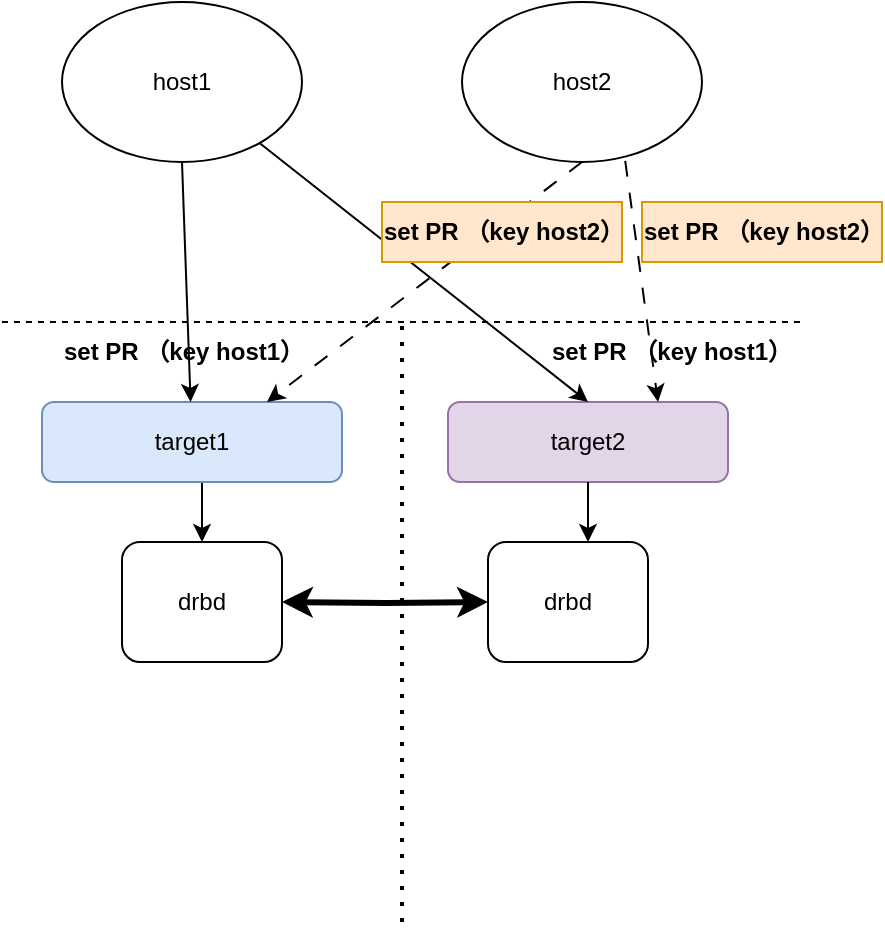
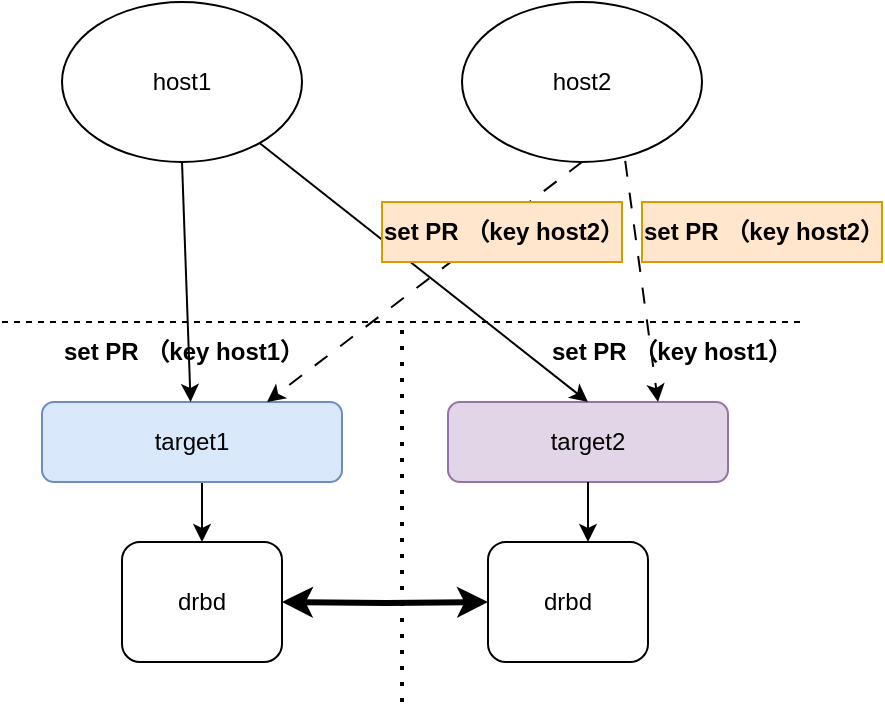
<mxfile host="app.diagrams.net">
  <diagram name="第 1 页" id="Ifx6KEgPPU0D2kjR70l6">
    <mxGraphModel dx="1021" dy="637" grid="1" gridSize="10" guides="0" tooltips="1" connect="1" arrows="1" fold="1" page="1" pageScale="1" pageWidth="827" pageHeight="1169" math="0" shadow="0">
      <root>
        <mxCell id="0" />
        <mxCell id="1" parent="0" />
        <mxCell id="BN7UGvUSFtl_CjC36wmj-23" edge="1" parent="1" source="BN7UGvUSFtl_CjC36wmj-1" style="edgeStyle=orthogonalEdgeStyle;rounded=0;orthogonalLoop=1;jettySize=auto;html=1;exitX=0.5;exitY=1;exitDx=0;exitDy=0;entryX=0.5;entryY=0;entryDx=0;entryDy=0;" target="BN7UGvUSFtl_CjC36wmj-17">
          <mxGeometry relative="1" as="geometry" />
        </mxCell>
        <mxCell id="BN7UGvUSFtl_CjC36wmj-1" parent="1" style="rounded=1;whiteSpace=wrap;html=1;fillColor=#dae8fc;strokeColor=#6c8ebf;" value="target1" vertex="1">
          <mxGeometry height="40" width="150" x="200" y="240" as="geometry" />
        </mxCell>
        <mxCell id="BN7UGvUSFtl_CjC36wmj-2" parent="1" style="rounded=1;whiteSpace=wrap;html=1;fillColor=#e1d5e7;strokeColor=#9673a6;" value="target2" vertex="1">
          <mxGeometry height="40" width="140" x="403" y="240" as="geometry" />
        </mxCell>
        <mxCell id="BN7UGvUSFtl_CjC36wmj-3" edge="1" parent="1" style="endArrow=none;dashed=1;html=1;rounded=0;" value="">
          <mxGeometry height="50" relative="1" width="50" as="geometry">
            <mxPoint x="180" y="200" as="sourcePoint" />
            <mxPoint x="580" y="200" as="targetPoint" />
          </mxGeometry>
        </mxCell>
        <mxCell id="BN7UGvUSFtl_CjC36wmj-4" parent="1" style="ellipse;whiteSpace=wrap;html=1;" value="host1" vertex="1">
          <mxGeometry height="80" width="120" x="210" y="40" as="geometry" />
        </mxCell>
        <mxCell id="BN7UGvUSFtl_CjC36wmj-5" parent="1" style="ellipse;whiteSpace=wrap;html=1;" value="host2" vertex="1">
          <mxGeometry height="80" width="120" x="410" y="40" as="geometry" />
        </mxCell>
        <mxCell id="BN7UGvUSFtl_CjC36wmj-7" edge="1" parent="1" source="BN7UGvUSFtl_CjC36wmj-4" style="endArrow=classic;html=1;rounded=0;exitX=0.5;exitY=1;exitDx=0;exitDy=0;" target="BN7UGvUSFtl_CjC36wmj-1" value="">
          <mxGeometry height="50" relative="1" width="50" as="geometry">
            <mxPoint x="390" y="360" as="sourcePoint" />
            <mxPoint x="440" y="310" as="targetPoint" />
          </mxGeometry>
        </mxCell>
        <mxCell id="BN7UGvUSFtl_CjC36wmj-8" edge="1" parent="1" source="BN7UGvUSFtl_CjC36wmj-4" style="endArrow=classic;html=1;rounded=0;entryX=0.5;entryY=0;entryDx=0;entryDy=0;" target="BN7UGvUSFtl_CjC36wmj-2" value="">
          <mxGeometry height="50" relative="1" width="50" as="geometry">
            <mxPoint x="390" y="360" as="sourcePoint" />
            <mxPoint x="440" y="310" as="targetPoint" />
          </mxGeometry>
        </mxCell>
        <mxCell id="BN7UGvUSFtl_CjC36wmj-12" edge="1" parent="1" style="edgeStyle=orthogonalEdgeStyle;rounded=0;orthogonalLoop=1;jettySize=auto;html=1;exitX=1;exitY=0.5;exitDx=0;exitDy=0;entryX=0;entryY=0.5;entryDx=0;entryDy=0;startArrow=classic;startFill=1;curved=0;strokeWidth=3;" target="BN7UGvUSFtl_CjC36wmj-20">
          <mxGeometry relative="1" as="geometry">
            <mxPoint x="320" y="340" as="sourcePoint" />
            <mxPoint x="410" y="340" as="targetPoint" />
          </mxGeometry>
        </mxCell>
        <mxCell id="BN7UGvUSFtl_CjC36wmj-14" parent="1" style="text;html=1;whiteSpace=wrap;strokeColor=none;fillColor=none;align=center;verticalAlign=middle;rounded=0;" value="&lt;b&gt;set PR （key host1）&lt;/b&gt;" vertex="1">
          <mxGeometry height="30" width="120" x="210" y="200" as="geometry" />
        </mxCell>
        <mxCell id="BN7UGvUSFtl_CjC36wmj-16" parent="1" style="text;html=1;whiteSpace=wrap;strokeColor=none;fillColor=none;align=center;verticalAlign=middle;rounded=0;" value="&lt;b&gt;set PR （key host1）&lt;/b&gt;" vertex="1">
          <mxGeometry height="30" width="130" x="450" y="200" as="geometry" />
        </mxCell>
        <mxCell id="BN7UGvUSFtl_CjC36wmj-17" parent="1" style="rounded=1;whiteSpace=wrap;html=1;" value="drbd" vertex="1">
          <mxGeometry height="60" width="80" x="240" y="310" as="geometry" />
        </mxCell>
        <mxCell id="BN7UGvUSFtl_CjC36wmj-20" parent="1" style="rounded=1;whiteSpace=wrap;html=1;" value="drbd" vertex="1">
          <mxGeometry height="60" width="80" x="423" y="310" as="geometry" />
        </mxCell>
        <mxCell id="BN7UGvUSFtl_CjC36wmj-21" edge="1" parent="1" style="endArrow=none;dashed=1;html=1;dashPattern=1 3;strokeWidth=2;rounded=0;" value="">
          <mxGeometry height="50" relative="1" width="50" as="geometry">
-             <mxPoint x="380" y="500" as="sourcePoint" />
+             <mxPoint x="380" y="390" as="sourcePoint" />
            <mxPoint x="380" y="200" as="targetPoint" />
          </mxGeometry>
        </mxCell>
        <mxCell id="BN7UGvUSFtl_CjC36wmj-24" edge="1" parent="1" source="BN7UGvUSFtl_CjC36wmj-2" style="edgeStyle=orthogonalEdgeStyle;rounded=0;orthogonalLoop=1;jettySize=auto;html=1;exitX=0.5;exitY=1;exitDx=0;exitDy=0;entryX=0.625;entryY=0;entryDx=0;entryDy=0;entryPerimeter=0;" target="BN7UGvUSFtl_CjC36wmj-20">
          <mxGeometry relative="1" as="geometry" />
        </mxCell>
        <mxCell id="jlSp_G2U_6gr9TUBWSZ1-2" edge="1" parent="1" source="BN7UGvUSFtl_CjC36wmj-5" style="endArrow=classic;html=1;rounded=0;exitX=0.5;exitY=1;exitDx=0;exitDy=0;entryX=0.75;entryY=0;entryDx=0;entryDy=0;dashed=1;dashPattern=8 8;" target="BN7UGvUSFtl_CjC36wmj-1" value="">
          <mxGeometry height="50" relative="1" width="50" as="geometry">
            <mxPoint x="390" y="360" as="sourcePoint" />
            <mxPoint x="440" y="310" as="targetPoint" />
          </mxGeometry>
        </mxCell>
        <mxCell id="jlSp_G2U_6gr9TUBWSZ1-3" edge="1" parent="1" source="BN7UGvUSFtl_CjC36wmj-5" style="endArrow=classic;html=1;rounded=0;exitX=0.68;exitY=0.993;exitDx=0;exitDy=0;entryX=0.75;entryY=0;entryDx=0;entryDy=0;dashed=1;dashPattern=8 8;exitPerimeter=0;" target="BN7UGvUSFtl_CjC36wmj-2" value="">
          <mxGeometry height="50" relative="1" width="50" as="geometry">
            <mxPoint x="577" y="150" as="sourcePoint" />
            <mxPoint x="420" y="270" as="targetPoint" />
          </mxGeometry>
        </mxCell>
        <mxCell id="jlSp_G2U_6gr9TUBWSZ1-4" parent="1" style="text;html=1;whiteSpace=wrap;strokeColor=#d79b00;fillColor=#ffe6cc;align=center;verticalAlign=middle;rounded=0;" value="&lt;b&gt;set PR （key host2）&lt;/b&gt;" vertex="1">
          <mxGeometry height="30" width="120" x="370" y="140" as="geometry" />
        </mxCell>
        <mxCell id="jlSp_G2U_6gr9TUBWSZ1-5" parent="1" style="text;html=1;whiteSpace=wrap;strokeColor=#d79b00;fillColor=#ffe6cc;align=center;verticalAlign=middle;rounded=0;" value="&lt;b&gt;set PR （key host2）&lt;/b&gt;" vertex="1">
          <mxGeometry height="30" width="120" x="500" y="140" as="geometry" />
        </mxCell>
      </root>
    </mxGraphModel>
  </diagram>
</mxfile>
